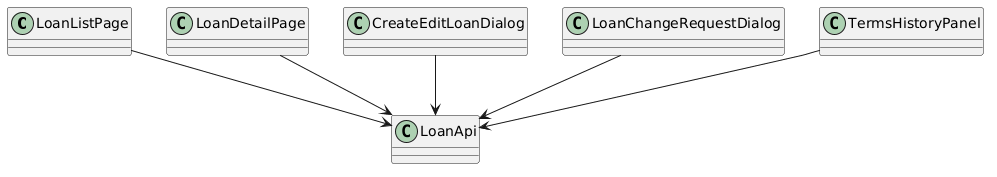
Before: docs/detailed-designs/diagrams/rendered/fe_class_loan.png, a diagram exported from PlantUML (QuinntyneBrown/LendQ).
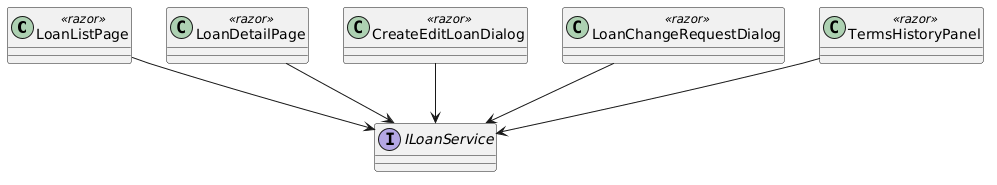
Later version of the same file.

What changed in the source:
```diff
@@ -1,15 +1,15 @@
 @startuml
 skinparam classAttributeIconSize 0
-class LoanListPage
-class LoanDetailPage
-class CreateEditLoanDialog
-class LoanChangeRequestDialog
-class TermsHistoryPanel
-class LoanApi
+class LoanListPage <<razor>>
+class LoanDetailPage <<razor>>
+class CreateEditLoanDialog <<razor>>
+class LoanChangeRequestDialog <<razor>>
+class TermsHistoryPanel <<razor>>
+interface ILoanService
 
-LoanListPage --> LoanApi
-LoanDetailPage --> LoanApi
-CreateEditLoanDialog --> LoanApi
-LoanChangeRequestDialog --> LoanApi
-TermsHistoryPanel --> LoanApi
+LoanListPage --> ILoanService
+LoanDetailPage --> ILoanService
+CreateEditLoanDialog --> ILoanService
+LoanChangeRequestDialog --> ILoanService
+TermsHistoryPanel --> ILoanService
 @enduml
```
